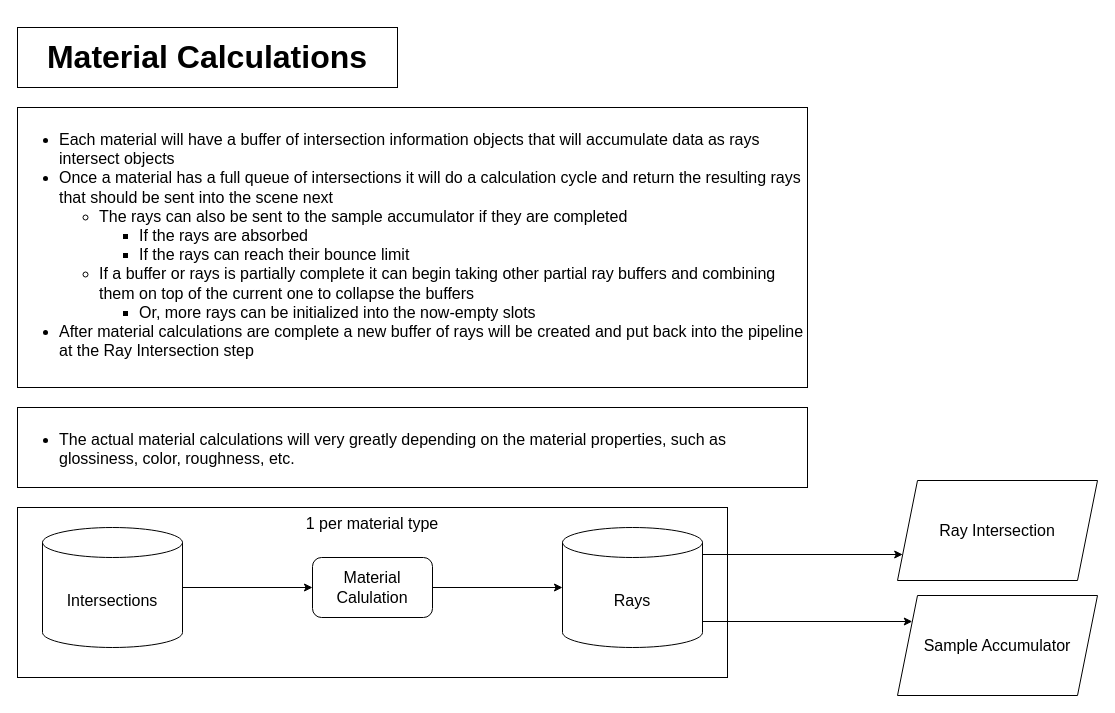
This is page "Material Calculations" (4 of 6) of doc/Pipeline.drawio from Nicholas-Tuttle/RayTracer, a draw.io file, before an edit. Source tidied: cells renumbered, new cells numbered last; positions are measured from the earlier drawing's top-left corner, leaving out a move shared by most shapes. Both pictures are drawn from the tidied source at 100%, with x=0, y=0 at pixel (17, 27).
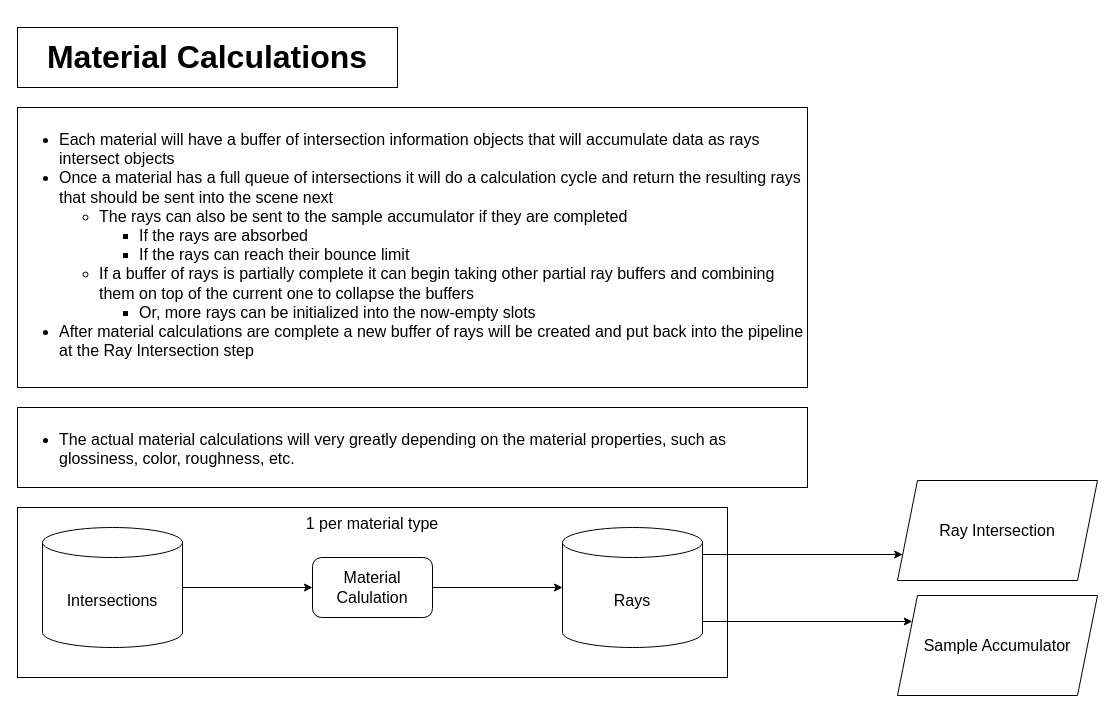
The same page after the edit.

Commit message (it also covers changes not shown here):
Setting up ray initialization buffer(s)

The edit, as a diff of the source:
```diff
@@
 <mxGraphModel>
   <root>
     <mxCell id="0" />
     <mxCell id="1" parent="0" />
     <mxCell id="2" value="&lt;h1&gt;Material Calculations&lt;/h1&gt;" style="rounded=0;whiteSpace=wrap;html=1;strokeColor=default;fontSize=16;fillColor=default;" parent="1" vertex="1">
       <mxGeometry width="380" height="60" as="geometry" />
     </mxCell>
-    <mxCell id="3" value="&lt;ul&gt;&lt;li&gt;Each material will have a buffer of intersection information objects that will accumulate data as rays intersect objects&lt;/li&gt;&lt;li&gt;Once a material has a full queue of intersections it will do a calculation cycle and return the resulting rays that should be sent into the scene next&lt;/li&gt;&lt;ul&gt;&lt;li&gt;The rays can also be sent to the sample accumulator if they are completed&lt;/li&gt;&lt;ul&gt;&lt;li&gt;If the rays are absorbed&lt;/li&gt;&lt;li&gt;If the rays can reach their bounce limit&lt;/li&gt;&lt;/ul&gt;&lt;li&gt;If a buffer or rays is partially complete it can begin taking other partial ray buffers and combining them on top of the current one to collapse the buffers&lt;/li&gt;&lt;ul&gt;&lt;li&gt;Or, more rays can be initialized into the now-empty slots&lt;/li&gt;&lt;/ul&gt;&lt;/ul&gt;&lt;li&gt;After material calculations are complete a new buffer of rays will be created and put back into the pipeline at the Ray Intersection step&lt;/li&gt;&lt;/ul&gt;" style="rounded=0;whiteSpace=wrap;html=1;strokeColor=default;fontSize=16;fillColor=default;align=left;verticalAlign=top;" parent="1" vertex="1">
+    <mxCell id="3" value="&lt;ul&gt;&lt;li&gt;Each material will have a buffer of intersection information objects that will accumulate data as rays intersect objects&lt;/li&gt;&lt;li&gt;Once a material has a full queue of intersections it will do a calculation cycle and return the resulting rays that should be sent into the scene next&lt;/li&gt;&lt;ul&gt;&lt;li&gt;The rays can also be sent to the sample accumulator if they are completed&lt;/li&gt;&lt;ul&gt;&lt;li&gt;If the rays are absorbed&lt;/li&gt;&lt;li&gt;If the rays can reach their bounce limit&lt;/li&gt;&lt;/ul&gt;&lt;li&gt;If a buffer of rays is partially complete it can begin taking other partial ray buffers and combining them on top of the current one to collapse the buffers&lt;/li&gt;&lt;ul&gt;&lt;li&gt;Or, more rays can be initialized into the now-empty slots&lt;/li&gt;&lt;/ul&gt;&lt;/ul&gt;&lt;li&gt;After material calculations are complete a new buffer of rays will be created and put back into the pipeline at the Ray Intersection step&lt;/li&gt;&lt;/ul&gt;" style="rounded=0;whiteSpace=wrap;html=1;strokeColor=default;fontSize=16;fillColor=default;align=left;verticalAlign=top;" parent="1" vertex="1">
       <mxGeometry y="80" width="790" height="280" as="geometry" />
     </mxCell>
     <mxCell id="4" value="&lt;ul&gt;&lt;li&gt;The actual material calculations will very greatly depending on the material properties, such as glossiness, color, roughness, etc.&lt;/li&gt;&lt;/ul&gt;" style="rounded=0;whiteSpace=wrap;html=1;strokeColor=default;fontSize=16;fillColor=default;align=left;verticalAlign=top;" parent="1" vertex="1">
       <mxGeometry y="380" width="790" height="80" as="geometry" />
     </mxCell>
     <mxCell id="5" value="1 per material type" style="rounded=0;whiteSpace=wrap;html=1;strokeColor=default;fontSize=16;fillColor=default;verticalAlign=top;" parent="1" vertex="1">
       <mxGeometry y="480" width="710" height="170" as="geometry" />
     </mxCell>
     <mxCell id="6" style="edgeStyle=none;rounded=0;jettySize=auto;html=1;fontSize=16;" parent="1" edge="1" source="7" target="10">
       <mxGeometry relative="1" as="geometry" />
     </mxCell>
     <mxCell id="7" value="Material Calulation" style="rounded=1;whiteSpace=wrap;html=1;strokeColor=default;fontSize=16;fillColor=default;" parent="1" vertex="1">
       <mxGeometry x="295" y="530" width="120" height="60" as="geometry" />
     </mxCell>
     <mxCell id="8" style="edgeStyle=elbowEdgeStyle;rounded=0;jettySize=auto;html=1;fontSize=16;elbow=vertical;" parent="1" edge="1" source="10" target="13">
       <mxGeometry relative="1" as="geometry" />
     </mxCell>
     <mxCell id="9" style="edgeStyle=elbowEdgeStyle;rounded=0;jettySize=auto;html=1;fontSize=16;elbow=vertical;" parent="1" edge="1" source="10" target="14">
       <mxGeometry relative="1" as="geometry" />
     </mxCell>
     <mxCell id="10" value="Rays" style="shape=cylinder3;whiteSpace=wrap;html=1;boundedLbl=1;backgroundOutline=1;size=15;strokeColor=default;fontSize=16;fillColor=default;" parent="1" vertex="1">
       <mxGeometry x="545" y="500" width="140" height="120" as="geometry" />
     </mxCell>
     <mxCell id="11" style="edgeStyle=orthogonalEdgeStyle;rounded=0;jettySize=auto;html=1;" parent="1" edge="1" source="12" target="7">
       <mxGeometry relative="1" as="geometry" />
     </mxCell>
     <mxCell id="12" value="Intersections" style="shape=cylinder3;whiteSpace=wrap;html=1;boundedLbl=1;backgroundOutline=1;size=15;strokeColor=default;fontSize=16;fillColor=default;" parent="1" vertex="1">
       <mxGeometry x="25" y="500" width="140" height="120" as="geometry" />
     </mxCell>
     <mxCell id="13" value="Ray Intersection" style="shape=parallelogram;perimeter=parallelogramPerimeter;whiteSpace=wrap;html=1;fixedSize=1;fontSize=16;" parent="1" vertex="1">
       <mxGeometry x="880" y="453" width="200" height="100" as="geometry" />
     </mxCell>
     <mxCell id="14" value="Sample Accumulator" style="shape=parallelogram;perimeter=parallelogramPerimeter;whiteSpace=wrap;html=1;fixedSize=1;fontSize=16;" parent="1" vertex="1">
       <mxGeometry x="880" y="568" width="200" height="100" as="geometry" />
     </mxCell>
   </root>
 </mxGraphModel>
```
